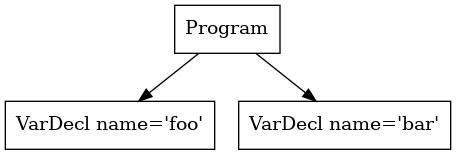
Before: ast.png, a diagram exported from Graphviz (ecila1011/P2). Its source is kept beside it as ast.dot.
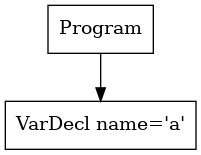
The same diagram one commit later.

The edit, as a diff of the source:
```diff
@@ -1,7 +1,5 @@
 digraph AST {
-1 [shape=box, label="VarDecl name='foo'"];
-2 [shape=box, label="VarDecl name='bar'"];
+1 [shape=box, label="VarDecl name='a'"];
 0 [shape=box, label="Program"];
 0 -> 1;
-0 -> 2;
 }
```
